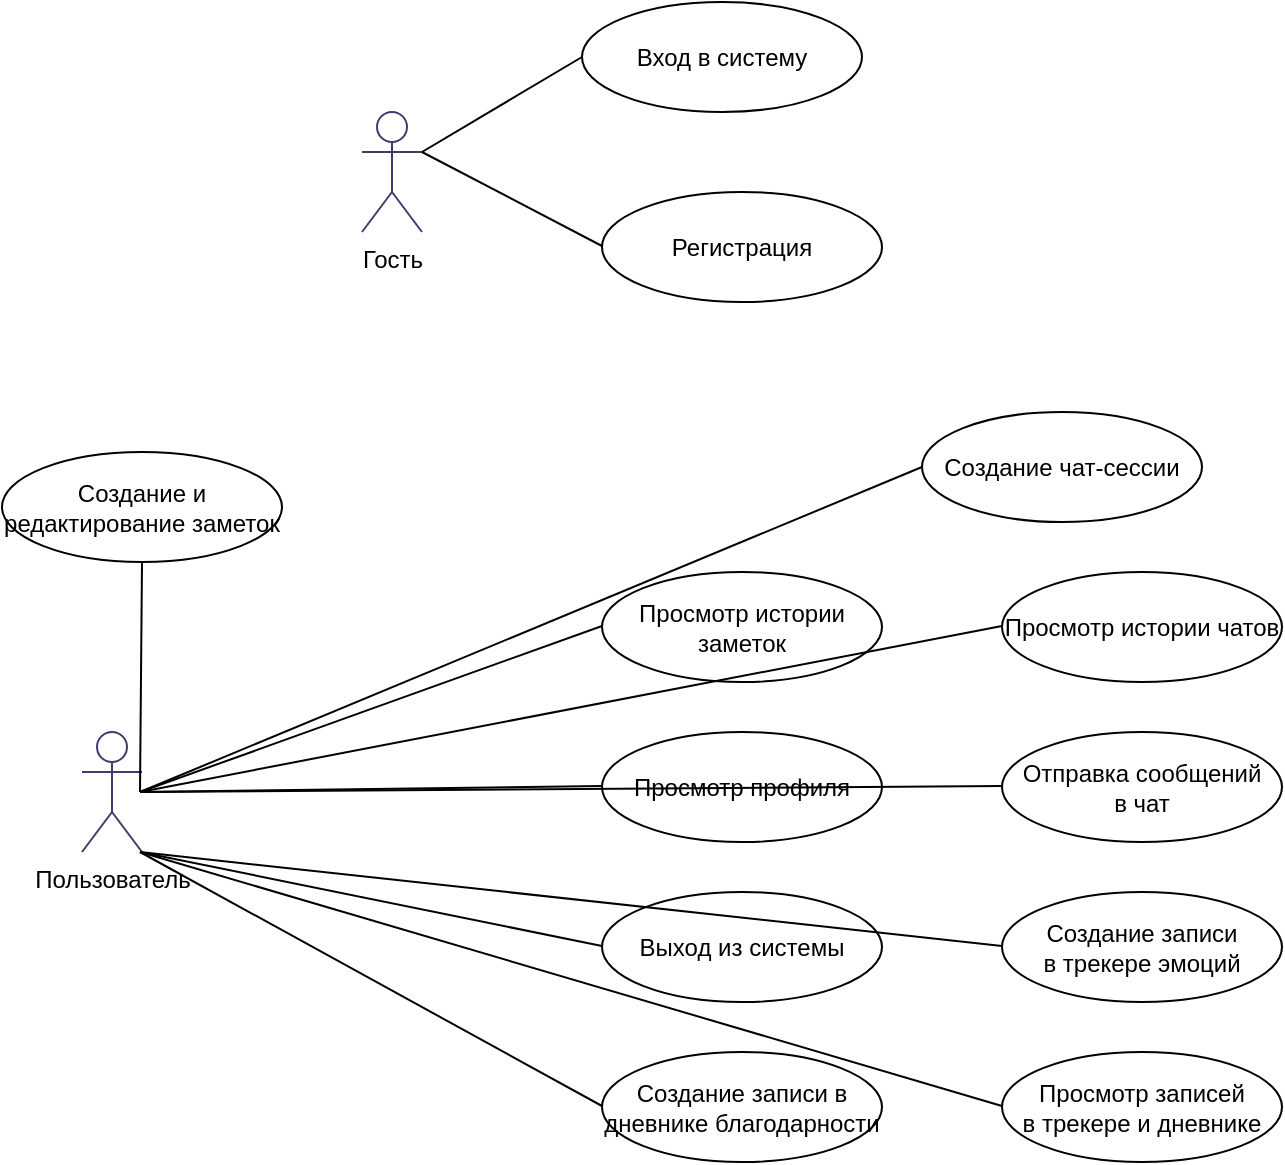
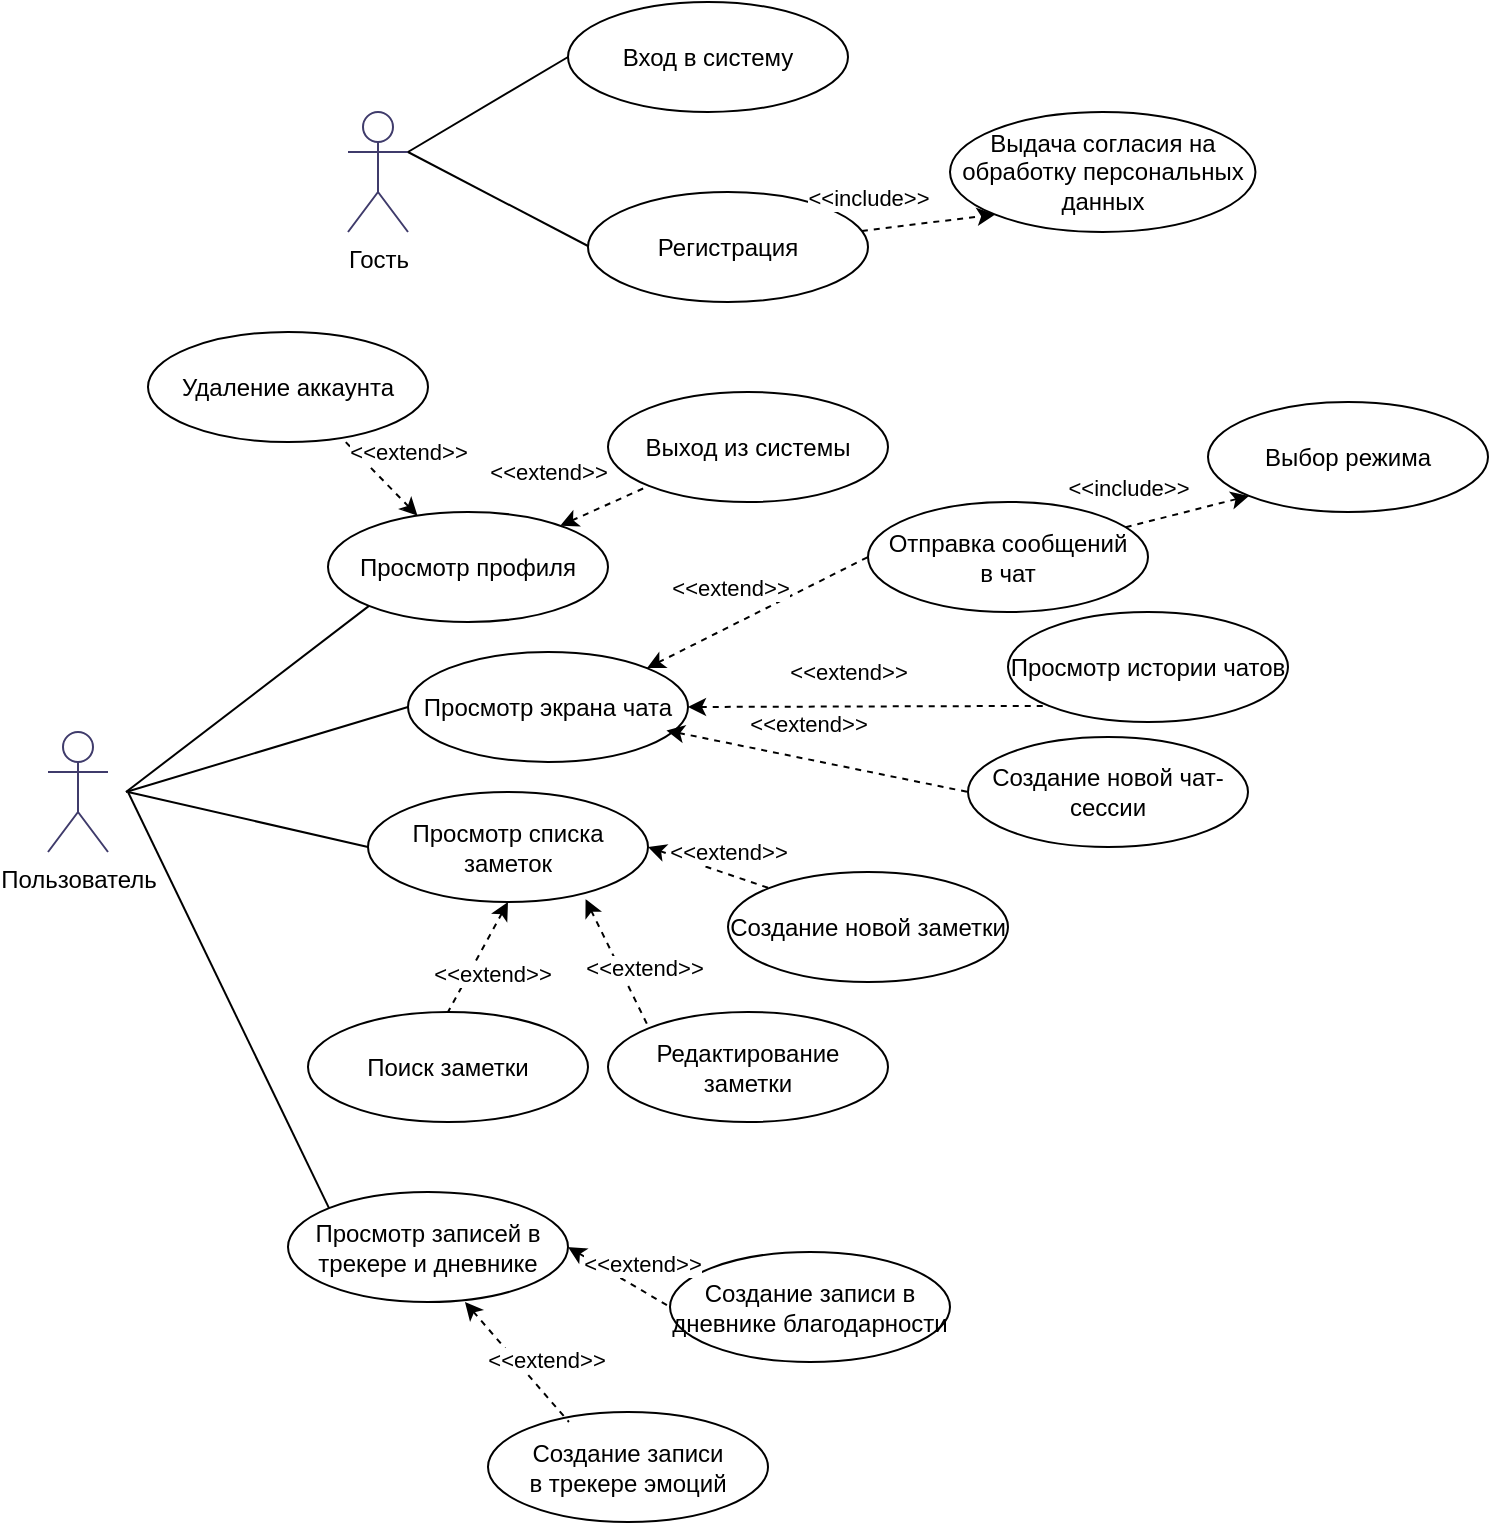
<mxfile host="app.diagrams.net">
  <diagram name="Use Case Aimate" id="7Ihu8ySEoH6Wsxr_nmCy">
-     <mxGraphModel dx="1111" dy="738" grid="1" gridSize="10" guides="1" tooltips="1" connect="1" arrows="1" fold="1" page="1" pageScale="1" pageWidth="827" pageHeight="1169" math="0" shadow="0">
+     <mxGraphModel dx="2037" dy="1353" grid="1" gridSize="10" guides="1" tooltips="1" connect="1" arrows="1" fold="1" page="1" pageScale="1" pageWidth="827" pageHeight="1169" math="0" shadow="0">
      <root>
        <mxCell id="0" />
        <mxCell id="1" parent="0" />
        <mxCell id="ParTntJm4-ni_EyxOuOH-2" parent="1" style="shape=umlActor;verticalLabelPosition=bottom;verticalAlign=top;html=1;outlineConnect=0;fillColor=none;strokeColor=#3F3B6B;" value="Гость" vertex="1">
          <mxGeometry height="60" width="30" x="200" y="90" as="geometry" />
        </mxCell>
        <mxCell id="ParTntJm4-ni_EyxOuOH-3" parent="1" style="shape=umlActor;verticalLabelPosition=bottom;verticalAlign=top;html=1;outlineConnect=0;fillColor=none;strokeColor=#3F3B6B;" value="Пользователь" vertex="1">
-           <mxGeometry height="60" width="30" x="60" y="400" as="geometry" />
+           <mxGeometry height="60" width="30" x="50" y="400" as="geometry" />
        </mxCell>
        <mxCell id="ParTntJm4-ni_EyxOuOH-4" parent="1" style="ellipse;shape=ellipse;whiteSpace=wrap;html=1;fontSize=12;fillColor=none;strokeColor=light-dark(#000000, #b6b3dc);fontStyle=0;" value="Регистрация" vertex="1">
          <mxGeometry height="55" width="140" x="320" y="130" as="geometry" />
        </mxCell>
        <mxCell id="ParTntJm4-ni_EyxOuOH-5" parent="1" style="ellipse;shape=ellipse;whiteSpace=wrap;html=1;fontSize=12;fillColor=none;strokeColor=light-dark(#000000, #b6b3dc);fontStyle=0;" value="Вход в систему" vertex="1">
          <mxGeometry height="55" width="140" x="310" y="35" as="geometry" />
        </mxCell>
+         <mxCell id="wN9MWVhSz5Oy6TIFvLQN-1" edge="1" parent="1" source="ParTntJm4-ni_EyxOuOH-6" style="rounded=0;orthogonalLoop=1;jettySize=auto;html=1;entryX=0;entryY=1;entryDx=0;entryDy=0;dashed=1;endArrow=none;endFill=0;startArrow=classic;startFill=1;" target="ParTntJm4-ni_EyxOuOH-7" value="&amp;lt;&amp;lt;extend&amp;gt;&amp;gt;">
+           <mxGeometry relative="1" x="-0.7725" y="27" as="geometry">
+             <mxPoint as="offset" />
+           </mxGeometry>
+         </mxCell>
        <mxCell id="ParTntJm4-ni_EyxOuOH-6" parent="1" style="ellipse;shape=ellipse;whiteSpace=wrap;html=1;fontSize=12;fillColor=none;strokeColor=light-dark(#000000, #b6b3dc);fontStyle=0;" value="Просмотр профиля" vertex="1">
-           <mxGeometry height="55" width="140" x="320" y="400" as="geometry" />
+           <mxGeometry height="55" width="140" x="190" y="290" as="geometry" />
        </mxCell>
        <mxCell id="ParTntJm4-ni_EyxOuOH-7" parent="1" style="ellipse;shape=ellipse;whiteSpace=wrap;html=1;fontSize=12;fillColor=none;strokeColor=light-dark(#000000, #b6b3dc);fontStyle=0;" value="Выход из системы" vertex="1">
-           <mxGeometry height="55" width="140" x="320" y="480" as="geometry" />
+           <mxGeometry height="55" width="140" x="330" y="230" as="geometry" />
        </mxCell>
-         <mxCell id="ParTntJm4-ni_EyxOuOH-8" parent="1" style="ellipse;shape=ellipse;whiteSpace=wrap;html=1;fontSize=12;fillColor=none;strokeColor=light-dark(#000000, #b6b3dc);fontStyle=0;" value="Создание чат-сессии" vertex="1">
-           <mxGeometry height="55" width="140" x="480" y="240" as="geometry" />
+         <mxCell id="ParTntJm4-ni_EyxOuOH-8" parent="1" style="ellipse;shape=ellipse;whiteSpace=wrap;html=1;fontSize=12;fillColor=none;strokeColor=light-dark(#000000, #b6b3dc);fontStyle=0;" value="Создание новой чат-сессии" vertex="1">
+           <mxGeometry height="55" width="140" x="510" y="402.5" as="geometry" />
        </mxCell>
        <mxCell id="ParTntJm4-ni_EyxOuOH-9" parent="1" style="ellipse;shape=ellipse;whiteSpace=wrap;html=1;fontSize=12;fillColor=none;strokeColor=light-dark(#000000, #b6b3dc);fontStyle=0;" value="Просмотр истории чатов" vertex="1">
-           <mxGeometry height="55" width="140" x="520" y="320" as="geometry" />
+           <mxGeometry height="55" width="140" x="530" y="340" as="geometry" />
+         </mxCell>
+         <mxCell id="wN9MWVhSz5Oy6TIFvLQN-11" edge="1" parent="1" source="ParTntJm4-ni_EyxOuOH-10" style="rounded=0;orthogonalLoop=1;jettySize=auto;html=1;entryX=0;entryY=1;entryDx=0;entryDy=0;dashed=1;" target="wN9MWVhSz5Oy6TIFvLQN-10">
+           <mxGeometry relative="1" as="geometry" />
+         </mxCell>
+         <mxCell id="wN9MWVhSz5Oy6TIFvLQN-12" connectable="0" parent="wN9MWVhSz5Oy6TIFvLQN-11" style="edgeLabel;html=1;align=center;verticalAlign=middle;resizable=0;points=[];" value="&amp;lt;&amp;lt;include&amp;gt;&amp;gt;" vertex="1">
+           <mxGeometry relative="1" x="-0.092" y="2" as="geometry">
+             <mxPoint x="-27" y="-11" as="offset" />
+           </mxGeometry>
        </mxCell>
        <mxCell id="ParTntJm4-ni_EyxOuOH-10" parent="1" style="ellipse;shape=ellipse;whiteSpace=wrap;html=1;fontSize=12;fillColor=none;strokeColor=light-dark(#000000, #b6b3dc);fontStyle=0;" value="Отправка сообщений&lt;br&gt;в чат" vertex="1">
-           <mxGeometry height="55" width="140" x="520" y="400" as="geometry" />
-         </mxCell>
-         <mxCell id="ParTntJm4-ni_EyxOuOH-11" parent="1" style="ellipse;shape=ellipse;whiteSpace=wrap;html=1;fontSize=12;fillColor=none;strokeColor=light-dark(#000000, #b6b3dc);fontStyle=0;" value="Создание и&lt;br&gt;редактирование заметок" vertex="1">
-           <mxGeometry height="55" width="140" x="20" y="260" as="geometry" />
-         </mxCell>
-         <mxCell id="ParTntJm4-ni_EyxOuOH-12" parent="1" style="ellipse;shape=ellipse;whiteSpace=wrap;html=1;fontSize=12;fillColor=none;strokeColor=light-dark(#000000, #b6b3dc);fontStyle=0;" value="Просмотр истории&lt;br&gt;заметок" vertex="1">
-           <mxGeometry height="55" width="140" x="320" y="320" as="geometry" />
+           <mxGeometry height="55" width="140" x="460" y="285" as="geometry" />
        </mxCell>
        <mxCell id="ParTntJm4-ni_EyxOuOH-13" parent="1" style="ellipse;shape=ellipse;whiteSpace=wrap;html=1;fontSize=12;fillColor=none;strokeColor=light-dark(#000000, #b6b3dc);fontStyle=0;" value="Создание записи&lt;br&gt;в трекере эмоций" vertex="1">
-           <mxGeometry height="55" width="140" x="520" y="480" as="geometry" />
+           <mxGeometry height="55" width="140" x="270" y="740" as="geometry" />
        </mxCell>
        <mxCell id="ParTntJm4-ni_EyxOuOH-14" parent="1" style="ellipse;shape=ellipse;whiteSpace=wrap;html=1;fontSize=12;fillColor=none;strokeColor=light-dark(#000000, #b6b3dc);fontStyle=0;" value="Создание записи в&lt;br&gt;дневнике благодарности" vertex="1">
-           <mxGeometry height="55" width="140" x="320" y="560" as="geometry" />
-         </mxCell>
-         <mxCell id="ParTntJm4-ni_EyxOuOH-15" parent="1" style="ellipse;shape=ellipse;whiteSpace=wrap;html=1;fontSize=12;fillColor=none;strokeColor=light-dark(#000000, #b6b3dc);fontStyle=0;" value="Просмотр записей&lt;br&gt;в трекере и дневнике" vertex="1">
-           <mxGeometry height="55" width="140" x="520" y="560" as="geometry" />
+           <mxGeometry height="55" width="140" x="361" y="660" as="geometry" />
        </mxCell>
        <mxCell id="ParTntJm4-ni_EyxOuOH-16" edge="1" parent="1" source="ParTntJm4-ni_EyxOuOH-2" style="endArrow=none;html=1;strokeColor=light-dark(#000000, #b6b3dc);strokeWidth=1;exitX=1;exitY=0.3333333333333333;exitDx=0;exitDy=0;exitPerimeter=0;" value="">
          <mxGeometry height="50" relative="1" width="50" as="geometry">
            <mxPoint x="89" y="200" as="sourcePoint" />
            <mxPoint x="320" y="157" as="targetPoint" />
          </mxGeometry>
        </mxCell>
        <mxCell id="ParTntJm4-ni_EyxOuOH-17" edge="1" parent="1" source="ParTntJm4-ni_EyxOuOH-2" style="endArrow=none;html=1;strokeColor=light-dark(#000000, #b6b3dc);strokeWidth=1;exitX=1;exitY=0.3333333333333333;exitDx=0;exitDy=0;exitPerimeter=0;entryX=0;entryY=0.5;entryDx=0;entryDy=0;" target="ParTntJm4-ni_EyxOuOH-5" value="">
          <mxGeometry height="50" relative="1" width="50" as="geometry">
            <mxPoint x="89" y="200" as="sourcePoint" />
            <mxPoint x="520" y="157" as="targetPoint" />
          </mxGeometry>
        </mxCell>
-         <mxCell id="ParTntJm4-ni_EyxOuOH-19" edge="1" parent="1" style="endArrow=none;html=1;strokeColor=light-dark(#000000, #b6b3dc);strokeWidth=1;" value="">
+         <mxCell id="ParTntJm4-ni_EyxOuOH-19" edge="1" parent="1" style="endArrow=none;html=1;strokeColor=light-dark(#000000, #b6b3dc);strokeWidth=1;entryX=0;entryY=1;entryDx=0;entryDy=0;" target="ParTntJm4-ni_EyxOuOH-6" value="">
          <mxGeometry height="50" relative="1" width="50" as="geometry">
            <mxPoint x="89" y="430" as="sourcePoint" />
            <mxPoint x="320" y="427" as="targetPoint" />
          </mxGeometry>
        </mxCell>
-         <mxCell id="ParTntJm4-ni_EyxOuOH-20" edge="1" parent="1" style="endArrow=none;html=1;strokeColor=light-dark(#000000, #b6b3dc);strokeWidth=1;" value="">
+         <mxCell id="ParTntJm4-ni_EyxOuOH-23" edge="1" parent="1" style="endArrow=none;html=1;strokeColor=light-dark(#000000, #b6b3dc);strokeWidth=1;entryX=0;entryY=0.5;entryDx=0;entryDy=0;" target="wN9MWVhSz5Oy6TIFvLQN-3" value="">
          <mxGeometry height="50" relative="1" width="50" as="geometry">
-             <mxPoint x="89" y="460" as="sourcePoint" />
-             <mxPoint x="320" y="507" as="targetPoint" />
+             <mxPoint x="89" y="430" as="sourcePoint" />
+             <mxPoint x="230" y="400" as="targetPoint" />
          </mxGeometry>
        </mxCell>
-         <mxCell id="ParTntJm4-ni_EyxOuOH-21" edge="1" parent="1" style="endArrow=none;html=1;strokeColor=light-dark(#000000, #b6b3dc);strokeWidth=1;entryX=0.5;entryY=1;entryDx=0;entryDy=0;" target="ParTntJm4-ni_EyxOuOH-11" value="">
-           <mxGeometry height="50" relative="1" width="50" as="geometry">
-             <mxPoint x="89" y="430" as="sourcePoint" />
-             <mxPoint x="320" y="267" as="targetPoint" />
+         <mxCell id="wN9MWVhSz5Oy6TIFvLQN-2" edge="1" parent="1" source="wN9MWVhSz5Oy6TIFvLQN-3" style="rounded=0;orthogonalLoop=1;jettySize=auto;html=1;entryX=0;entryY=1;entryDx=0;entryDy=0;dashed=1;endArrow=none;endFill=0;startArrow=classic;startFill=1;exitX=1;exitY=0.5;exitDx=0;exitDy=0;" target="ParTntJm4-ni_EyxOuOH-9" value="&amp;lt;&amp;lt;extend&amp;gt;&amp;gt;">
+           <mxGeometry relative="1" x="-0.1112" y="17" as="geometry">
+             <mxPoint as="offset" />
+             <mxPoint x="370" y="370" as="sourcePoint" />
+             <mxPoint x="414" y="350" as="targetPoint" />
          </mxGeometry>
        </mxCell>
-         <mxCell id="ParTntJm4-ni_EyxOuOH-22" edge="1" parent="1" style="endArrow=none;html=1;strokeColor=light-dark(#000000, #b6b3dc);strokeWidth=1;" value="">
-           <mxGeometry height="50" relative="1" width="50" as="geometry">
-             <mxPoint x="89" y="430" as="sourcePoint" />
-             <mxPoint x="320" y="347" as="targetPoint" />
+         <mxCell id="wN9MWVhSz5Oy6TIFvLQN-3" parent="1" style="ellipse;shape=ellipse;whiteSpace=wrap;html=1;fontSize=12;fillColor=none;strokeColor=light-dark(#000000, #b6b3dc);fontStyle=0;" value="Просмотр экрана чата" vertex="1">
+           <mxGeometry height="55" width="140" x="230" y="360" as="geometry" />
+         </mxCell>
+         <mxCell id="wN9MWVhSz5Oy6TIFvLQN-4" edge="1" parent="1" source="wN9MWVhSz5Oy6TIFvLQN-3" style="rounded=0;orthogonalLoop=1;jettySize=auto;html=1;entryX=0;entryY=0.5;entryDx=0;entryDy=0;dashed=1;endArrow=none;endFill=0;startArrow=classic;startFill=1;exitX=1;exitY=0;exitDx=0;exitDy=0;" target="ParTntJm4-ni_EyxOuOH-10" value="&amp;lt;&amp;lt;extend&amp;gt;&amp;gt;">
+           <mxGeometry relative="1" x="-0.1112" y="17" as="geometry">
+             <mxPoint as="offset" />
+             <mxPoint x="480" y="381" as="sourcePoint" />
+             <mxPoint x="660" y="380" as="targetPoint" />
          </mxGeometry>
        </mxCell>
-         <mxCell id="ParTntJm4-ni_EyxOuOH-23" edge="1" parent="1" style="endArrow=none;html=1;strokeColor=light-dark(#000000, #b6b3dc);strokeWidth=1;entryX=0;entryY=0.5;entryDx=0;entryDy=0;" target="ParTntJm4-ni_EyxOuOH-8" value="">
-           <mxGeometry height="50" relative="1" width="50" as="geometry">
-             <mxPoint x="89" y="430" as="sourcePoint" />
-             <mxPoint x="520" y="267" as="targetPoint" />
+         <mxCell id="wN9MWVhSz5Oy6TIFvLQN-5" edge="1" parent="1" source="wN9MWVhSz5Oy6TIFvLQN-3" style="rounded=0;orthogonalLoop=1;jettySize=auto;html=1;entryX=0;entryY=0.5;entryDx=0;entryDy=0;dashed=1;endArrow=none;endFill=0;startArrow=classic;startFill=1;exitX=0.923;exitY=0.713;exitDx=0;exitDy=0;exitPerimeter=0;" target="ParTntJm4-ni_EyxOuOH-8" value="&amp;lt;&amp;lt;extend&amp;gt;&amp;gt;">
+           <mxGeometry relative="1" x="-0.1112" y="17" as="geometry">
+             <mxPoint as="offset" />
+             <mxPoint x="370" y="401" as="sourcePoint" />
+             <mxPoint x="550" y="400" as="targetPoint" />
          </mxGeometry>
        </mxCell>
-         <mxCell id="ParTntJm4-ni_EyxOuOH-24" edge="1" parent="1" style="endArrow=none;html=1;strokeColor=light-dark(#000000, #b6b3dc);strokeWidth=1;" value="">
+         <mxCell id="wN9MWVhSz5Oy6TIFvLQN-6" parent="1" style="ellipse;shape=ellipse;whiteSpace=wrap;html=1;fontSize=12;fillColor=none;strokeColor=light-dark(#000000, #b6b3dc);fontStyle=0;" value="Просмотр списка заметок" vertex="1">
+           <mxGeometry height="55" width="140" x="210" y="430" as="geometry" />
+         </mxCell>
+         <mxCell id="wN9MWVhSz5Oy6TIFvLQN-7" edge="1" parent="1" style="endArrow=none;html=1;strokeColor=light-dark(#000000, #b6b3dc);strokeWidth=1;entryX=0;entryY=0.5;entryDx=0;entryDy=0;" target="wN9MWVhSz5Oy6TIFvLQN-6" value="">
          <mxGeometry height="50" relative="1" width="50" as="geometry">
-             <mxPoint x="89" y="430" as="sourcePoint" />
-             <mxPoint x="520" y="347" as="targetPoint" />
+             <mxPoint x="90" y="430" as="sourcePoint" />
+             <mxPoint x="301" y="410" as="targetPoint" />
          </mxGeometry>
        </mxCell>
-         <mxCell id="ParTntJm4-ni_EyxOuOH-25" edge="1" parent="1" style="endArrow=none;html=1;strokeColor=light-dark(#000000, #b6b3dc);strokeWidth=1;" value="">
-           <mxGeometry height="50" relative="1" width="50" as="geometry">
-             <mxPoint x="89" y="430" as="sourcePoint" />
-             <mxPoint x="520" y="427" as="targetPoint" />
+         <mxCell id="wN9MWVhSz5Oy6TIFvLQN-8" parent="1" style="ellipse;shape=ellipse;whiteSpace=wrap;html=1;fontSize=12;fillColor=none;strokeColor=light-dark(#000000, #b6b3dc);fontStyle=0;" value="Создание новой заметки" vertex="1">
+           <mxGeometry height="55" width="140" x="390" y="470" as="geometry" />
+         </mxCell>
+         <mxCell id="wN9MWVhSz5Oy6TIFvLQN-9" parent="1" style="ellipse;shape=ellipse;whiteSpace=wrap;html=1;fontSize=12;fillColor=none;strokeColor=light-dark(#000000, #b6b3dc);fontStyle=0;" value="Поиск заметки" vertex="1">
+           <mxGeometry height="55" width="140" x="180" y="540" as="geometry" />
+         </mxCell>
+         <mxCell id="wN9MWVhSz5Oy6TIFvLQN-10" parent="1" style="ellipse;shape=ellipse;whiteSpace=wrap;html=1;fontSize=12;fillColor=none;strokeColor=light-dark(#000000, #b6b3dc);fontStyle=0;" value="Выбор режима" vertex="1">
+           <mxGeometry height="55" width="140" x="630" y="235" as="geometry" />
+         </mxCell>
+         <mxCell id="wN9MWVhSz5Oy6TIFvLQN-13" edge="1" parent="1" source="wN9MWVhSz5Oy6TIFvLQN-6" style="rounded=0;orthogonalLoop=1;jettySize=auto;html=1;entryX=0;entryY=0;entryDx=0;entryDy=0;dashed=1;endArrow=none;endFill=0;startArrow=classic;startFill=1;exitX=1;exitY=0.5;exitDx=0;exitDy=0;" target="wN9MWVhSz5Oy6TIFvLQN-8" value="&amp;lt;&amp;lt;extend&amp;gt;&amp;gt;">
+           <mxGeometry relative="1" x="0.2273" y="11" as="geometry">
+             <mxPoint as="offset" />
+             <mxPoint x="370" y="460" as="sourcePoint" />
+             <mxPoint x="521" y="491" as="targetPoint" />
          </mxGeometry>
        </mxCell>
-         <mxCell id="ParTntJm4-ni_EyxOuOH-26" edge="1" parent="1" style="endArrow=none;html=1;strokeColor=light-dark(#000000, #b6b3dc);strokeWidth=1;" value="">
-           <mxGeometry height="50" relative="1" width="50" as="geometry">
-             <mxPoint x="89" y="460" as="sourcePoint" />
-             <mxPoint x="520" y="507" as="targetPoint" />
+         <mxCell id="wN9MWVhSz5Oy6TIFvLQN-14" edge="1" parent="1" source="wN9MWVhSz5Oy6TIFvLQN-6" style="rounded=0;orthogonalLoop=1;jettySize=auto;html=1;entryX=0.5;entryY=0;entryDx=0;entryDy=0;dashed=1;endArrow=none;endFill=0;startArrow=classic;startFill=1;exitX=0.5;exitY=1;exitDx=0;exitDy=0;" target="wN9MWVhSz5Oy6TIFvLQN-9" value="&amp;lt;&amp;lt;extend&amp;gt;&amp;gt;">
+           <mxGeometry relative="1" x="0.1385" y="10" as="geometry">
+             <mxPoint as="offset" />
+             <mxPoint x="330" y="500" as="sourcePoint" />
+             <mxPoint x="481" y="531" as="targetPoint" />
          </mxGeometry>
        </mxCell>
-         <mxCell id="ParTntJm4-ni_EyxOuOH-27" edge="1" parent="1" style="endArrow=none;html=1;strokeColor=light-dark(#000000, #b6b3dc);strokeWidth=1;" value="">
-           <mxGeometry height="50" relative="1" width="50" as="geometry">
-             <mxPoint x="89" y="460" as="sourcePoint" />
-             <mxPoint x="320" y="587" as="targetPoint" />
+         <mxCell id="wN9MWVhSz5Oy6TIFvLQN-15" edge="1" parent="1" source="ParTntJm4-ni_EyxOuOH-4" style="rounded=0;orthogonalLoop=1;jettySize=auto;html=1;entryX=0;entryY=1;entryDx=0;entryDy=0;dashed=1;" target="wN9MWVhSz5Oy6TIFvLQN-17">
+           <mxGeometry relative="1" as="geometry">
+             <mxPoint x="460" y="153" as="sourcePoint" />
          </mxGeometry>
        </mxCell>
-         <mxCell id="ParTntJm4-ni_EyxOuOH-28" edge="1" parent="1" style="endArrow=none;html=1;strokeColor=light-dark(#000000, #b6b3dc);strokeWidth=1;" value="">
+         <mxCell id="wN9MWVhSz5Oy6TIFvLQN-16" connectable="0" parent="wN9MWVhSz5Oy6TIFvLQN-15" style="edgeLabel;html=1;align=center;verticalAlign=middle;resizable=0;points=[];" value="&amp;lt;&amp;lt;include&amp;gt;&amp;gt;" vertex="1">
+           <mxGeometry relative="1" x="-0.092" y="2" as="geometry">
+             <mxPoint x="-27" y="-11" as="offset" />
+           </mxGeometry>
+         </mxCell>
+         <mxCell id="wN9MWVhSz5Oy6TIFvLQN-17" parent="1" style="ellipse;shape=ellipse;whiteSpace=wrap;html=1;fontSize=12;fillColor=none;strokeColor=light-dark(#000000, #b6b3dc);fontStyle=0;" value="Выдача согласия на обработку персональных данных" vertex="1">
+           <mxGeometry height="60" width="152.73" x="501" y="90" as="geometry" />
+         </mxCell>
+         <mxCell id="wN9MWVhSz5Oy6TIFvLQN-18" parent="1" style="ellipse;shape=ellipse;whiteSpace=wrap;html=1;fontSize=12;fillColor=none;strokeColor=light-dark(#000000, #b6b3dc);fontStyle=0;" value="Редактирование заметки" vertex="1">
+           <mxGeometry height="55" width="140" x="330" y="540" as="geometry" />
+         </mxCell>
+         <mxCell id="wN9MWVhSz5Oy6TIFvLQN-19" edge="1" parent="1" source="wN9MWVhSz5Oy6TIFvLQN-6" style="rounded=0;orthogonalLoop=1;jettySize=auto;html=1;entryX=0;entryY=0;entryDx=0;entryDy=0;dashed=1;endArrow=none;endFill=0;startArrow=classic;startFill=1;exitX=0.777;exitY=0.974;exitDx=0;exitDy=0;exitPerimeter=0;" target="wN9MWVhSz5Oy6TIFvLQN-18" value="&amp;lt;&amp;lt;extend&amp;gt;&amp;gt;">
+           <mxGeometry relative="1" x="0.2252" y="11" as="geometry">
+             <mxPoint as="offset" />
+             <mxPoint x="380" y="460" as="sourcePoint" />
+             <mxPoint x="440" y="480" as="targetPoint" />
+           </mxGeometry>
+         </mxCell>
+         <mxCell id="wN9MWVhSz5Oy6TIFvLQN-20" parent="1" style="ellipse;shape=ellipse;whiteSpace=wrap;html=1;fontSize=12;fillColor=none;strokeColor=light-dark(#000000, #b6b3dc);fontStyle=0;" value="Удаление аккаунта" vertex="1">
+           <mxGeometry height="55" width="140" x="100" y="200" as="geometry" />
+         </mxCell>
+         <mxCell id="wN9MWVhSz5Oy6TIFvLQN-21" edge="1" parent="1" source="ParTntJm4-ni_EyxOuOH-6" style="rounded=0;orthogonalLoop=1;jettySize=auto;html=1;entryX=0.699;entryY=0.982;entryDx=0;entryDy=0;dashed=1;endArrow=none;endFill=0;startArrow=classic;startFill=1;entryPerimeter=0;" target="wN9MWVhSz5Oy6TIFvLQN-20" value="&amp;lt;&amp;lt;extend&amp;gt;&amp;gt;">
+           <mxGeometry relative="1" x="-0.0113" y="-19" as="geometry">
+             <mxPoint as="offset" />
+             <mxPoint x="320" y="310" as="sourcePoint" />
+             <mxPoint x="364" y="290" as="targetPoint" />
+           </mxGeometry>
+         </mxCell>
+         <mxCell id="wN9MWVhSz5Oy6TIFvLQN-22" parent="1" style="ellipse;shape=ellipse;whiteSpace=wrap;html=1;fontSize=12;fillColor=none;strokeColor=light-dark(#000000, #b6b3dc);fontStyle=0;" value="Просмотр записей в трекере и дневнике" vertex="1">
+           <mxGeometry height="55" width="140" x="170" y="630" as="geometry" />
+         </mxCell>
+         <mxCell id="wN9MWVhSz5Oy6TIFvLQN-23" edge="1" parent="1" style="endArrow=none;html=1;strokeColor=light-dark(#000000, #b6b3dc);strokeWidth=1;entryX=0;entryY=0;entryDx=0;entryDy=0;" target="wN9MWVhSz5Oy6TIFvLQN-22" value="">
          <mxGeometry height="50" relative="1" width="50" as="geometry">
-             <mxPoint x="89" y="460" as="sourcePoint" />
-             <mxPoint x="520" y="587" as="targetPoint" />
+             <mxPoint x="90" y="430" as="sourcePoint" />
+             <mxPoint x="270" y="488" as="targetPoint" />
+           </mxGeometry>
+         </mxCell>
+         <mxCell id="wN9MWVhSz5Oy6TIFvLQN-24" edge="1" parent="1" source="wN9MWVhSz5Oy6TIFvLQN-22" style="rounded=0;orthogonalLoop=1;jettySize=auto;html=1;entryX=0;entryY=0.5;entryDx=0;entryDy=0;dashed=1;endArrow=none;endFill=0;startArrow=classic;startFill=1;exitX=1;exitY=0.5;exitDx=0;exitDy=0;" target="ParTntJm4-ni_EyxOuOH-14" value="&amp;lt;&amp;lt;extend&amp;gt;&amp;gt;">
+           <mxGeometry relative="1" x="0.2252" y="11" as="geometry">
+             <mxPoint as="offset" />
+             <mxPoint x="340" y="520" as="sourcePoint" />
+             <mxPoint x="371" y="584" as="targetPoint" />
+           </mxGeometry>
+         </mxCell>
+         <mxCell id="wN9MWVhSz5Oy6TIFvLQN-25" edge="1" parent="1" source="wN9MWVhSz5Oy6TIFvLQN-22" style="rounded=0;orthogonalLoop=1;jettySize=auto;html=1;entryX=0.289;entryY=0.091;entryDx=0;entryDy=0;dashed=1;endArrow=none;endFill=0;startArrow=classic;startFill=1;exitX=0.632;exitY=1;exitDx=0;exitDy=0;exitPerimeter=0;entryPerimeter=0;" target="ParTntJm4-ni_EyxOuOH-13" value="&amp;lt;&amp;lt;extend&amp;gt;&amp;gt;">
+           <mxGeometry relative="1" x="0.2252" y="11" as="geometry">
+             <mxPoint as="offset" />
+             <mxPoint x="260" y="720" as="sourcePoint" />
+             <mxPoint x="291" y="784" as="targetPoint" />
          </mxGeometry>
        </mxCell>
      </root>
    </mxGraphModel>
  </diagram>
</mxfile>
